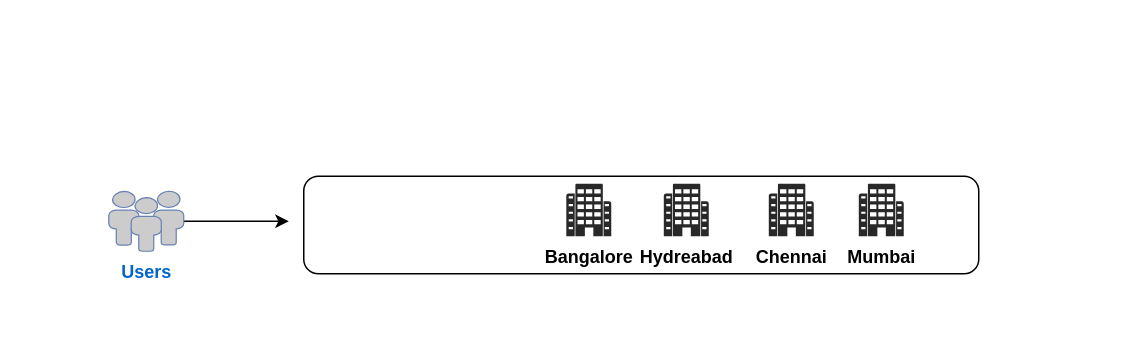
Prajwal1954/Test-Github-for-Practice keeps this draw.io diagram as IT Network Diagram.drawio. Above is the earlier version. Source tidied: cells renumbered, new cells numbered last; positions are measured from the earlier drawing's top-left corner, leaving out a move shared by most shapes. Both pictures are drawn from the tidied source at 150%, with x=0, y=0 at pixel (108, 176).
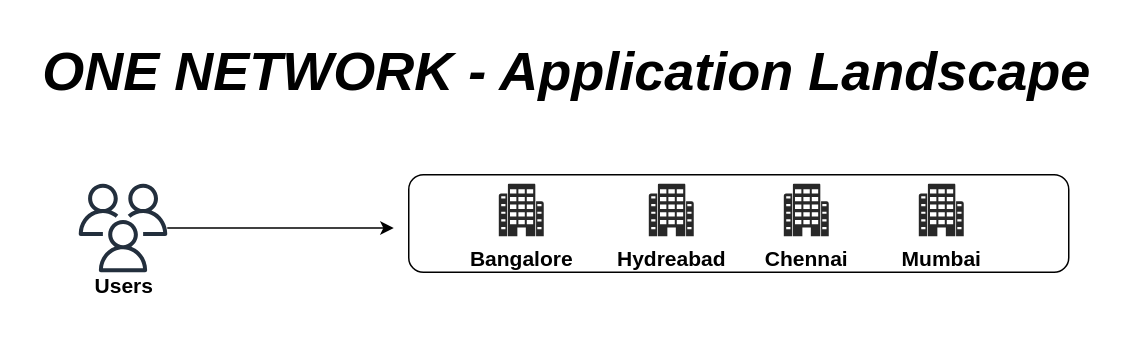
Above is the later version.

What changed in the source:
```diff
@@
 <mxGraphModel>
   <root>
     <mxCell id="0" />
     <mxCell id="1" parent="0" />
-    <mxCell id="2" style="rounded=1;whiteSpace=wrap;html=1;fontStyle=1;" parent="1" vertex="1">
-      <mxGeometry x="130" width="450" height="65" as="geometry" />
+    <mxCell id="2" style="rounded=1;whiteSpace=wrap;html=1;" parent="1" vertex="1">
+      <mxGeometry x="200" y="-1" width="440" height="65" as="geometry" />
     </mxCell>
-    <mxCell id="3" value="Hydreabad" style="verticalLabelPosition=bottom;sketch=0;html=1;fillColor=#282828;strokeColor=none;verticalAlign=top;align=center;shape=mxgraph.cisco_safe.people_places_things_icons.icon4;fontStyle=1;" parent="1" vertex="1">
-      <mxGeometry x="370" y="5" width="30" height="35" as="geometry" />
+    <mxCell id="3" value="&lt;font style=&quot;font-size: 14px;&quot;&gt;&lt;b&gt;Hydreabad&lt;/b&gt;&lt;/font&gt;" style="verticalLabelPosition=bottom;sketch=0;html=1;fillColor=#282828;strokeColor=none;verticalAlign=top;align=center;shape=mxgraph.cisco_safe.people_places_things_icons.icon4;" parent="1" vertex="1">
+      <mxGeometry x="360" y="5" width="30" height="35" as="geometry" />
     </mxCell>
-    <mxCell id="4" value="&lt;span&gt;Chennai&lt;/span&gt;" style="verticalLabelPosition=bottom;sketch=0;html=1;fillColor=#282828;strokeColor=none;verticalAlign=top;align=center;shape=mxgraph.cisco_safe.people_places_things_icons.icon4;fontStyle=1;" parent="1" vertex="1">
-      <mxGeometry x="440" y="5" width="30" height="35" as="geometry" />
+    <mxCell id="4" value="&lt;b&gt;&lt;font style=&quot;font-size: 14px;&quot;&gt;Chennai&lt;/font&gt;&lt;/b&gt;" style="verticalLabelPosition=bottom;sketch=0;html=1;fillColor=#282828;strokeColor=none;verticalAlign=top;align=center;shape=mxgraph.cisco_safe.people_places_things_icons.icon4;" parent="1" vertex="1">
+      <mxGeometry x="450" y="5" width="30" height="35" as="geometry" />
     </mxCell>
-    <mxCell id="5" value="Bangalore&lt;div&gt;&lt;br&gt;&lt;/div&gt;" style="verticalLabelPosition=bottom;sketch=0;html=1;fillColor=#282828;strokeColor=none;verticalAlign=top;align=center;shape=mxgraph.cisco_safe.people_places_things_icons.icon4;fontStyle=1;" parent="1" vertex="1">
-      <mxGeometry x="305" y="5" width="30" height="35" as="geometry" />
+    <mxCell id="5" value="&lt;font style=&quot;font-size: 14px;&quot;&gt;&lt;b&gt;Bangalore&lt;/b&gt;&lt;/font&gt;&lt;div&gt;&lt;br&gt;&lt;/div&gt;" style="verticalLabelPosition=bottom;sketch=0;html=1;fillColor=#282828;strokeColor=none;verticalAlign=top;align=center;shape=mxgraph.cisco_safe.people_places_things_icons.icon4;" parent="1" vertex="1">
+      <mxGeometry x="260" y="5" width="30" height="35" as="geometry" />
     </mxCell>
-    <mxCell id="6" value="&lt;span&gt;Mumbai&lt;/span&gt;" style="verticalLabelPosition=bottom;sketch=0;html=1;fillColor=#282828;strokeColor=none;verticalAlign=top;align=center;shape=mxgraph.cisco_safe.people_places_things_icons.icon4;fontStyle=1;" parent="1" vertex="1">
-      <mxGeometry x="500" y="5" width="30" height="35" as="geometry" />
+    <mxCell id="6" value="&lt;b&gt;&lt;font style=&quot;font-size: 14px;&quot;&gt;Mumbai&lt;/font&gt;&lt;/b&gt;" style="verticalLabelPosition=bottom;sketch=0;html=1;fillColor=#282828;strokeColor=none;verticalAlign=top;align=center;shape=mxgraph.cisco_safe.people_places_things_icons.icon4;" parent="1" vertex="1">
+      <mxGeometry x="540" y="5" width="30" height="35" as="geometry" />
     </mxCell>
-    <mxCell id="7" style="edgeStyle=orthogonalEdgeStyle;rounded=0;jettySize=auto;html=1;" parent="1" edge="1" source="8">
-      <mxGeometry relative="1" as="geometry">
-        <mxPoint x="120" y="30" as="targetPoint" />
-      </mxGeometry>
-    </mxCell>
+    <mxCell id="9" style="edgeStyle=orthogonalEdgeStyle;rounded=0;jettySize=auto;html=1;" parent="1" edge="1" source="10">
+      <mxGeometry relative="1" as="geometry">
+        <mxPoint x="190" y="34.5" as="targetPoint" />
+      </mxGeometry>
+    </mxCell>
+    <mxCell id="10" style="sketch=0;outlineConnect=0;fontColor=#232F3E;gradientColor=none;fillColor=#232F3D;strokeColor=none;dashed=0;verticalLabelPosition=bottom;verticalAlign=top;align=center;html=1;fontSize=12;fontStyle=0;shape=mxgraph.aws4.users;" parent="1" vertex="1">
+      <mxGeometry x="-20" y="5" width="59" height="59" as="geometry" />
+    </mxCell>
+    <mxCell id="11" value="&lt;font style=&quot;font-size: 36px;&quot;&gt;&lt;b&gt;&lt;i&gt;ONE NETWORK - Application Landscape&lt;/i&gt;&lt;/b&gt;&lt;/font&gt;" style="text;html=1;align=center;verticalAlign=middle;strokeColor=none;fillColor=none;" parent="1" vertex="1">
+      <mxGeometry x="-55" y="-100" width="720" height="60" as="geometry" />
+    </mxCell>
-    <mxCell id="8" value="&lt;span&gt;Users&lt;/span&gt;&lt;div&gt;&lt;br&gt;&lt;/div&gt;" style="fontColor=#0066CC;verticalAlign=top;verticalLabelPosition=bottom;labelPosition=center;align=center;html=1;outlineConnect=0;fillColor=#CCCCCC;strokeColor=#6881B3;gradientColor=none;gradientDirection=north;strokeWidth=2;shape=mxgraph.networks.users;fontStyle=1;" parent="1" vertex="1">
-      <mxGeometry y="10" width="50" height="40" as="geometry" />
+    <mxCell id="8" value="&lt;font style=&quot;font-size: 14px;&quot;&gt;&lt;b style=&quot;&quot;&gt;Users&lt;/b&gt;&lt;/font&gt;&lt;div&gt;&lt;br&gt;&lt;/div&gt;" style="text;html=1;align=center;verticalAlign=middle;points=[];strokeColor=none;fillColor=none;" parent="1" vertex="1">
+      <mxGeometry x="-20" y="60" width="60" height="40" as="geometry" />
     </mxCell>
   </root>
 </mxGraphModel>
```
